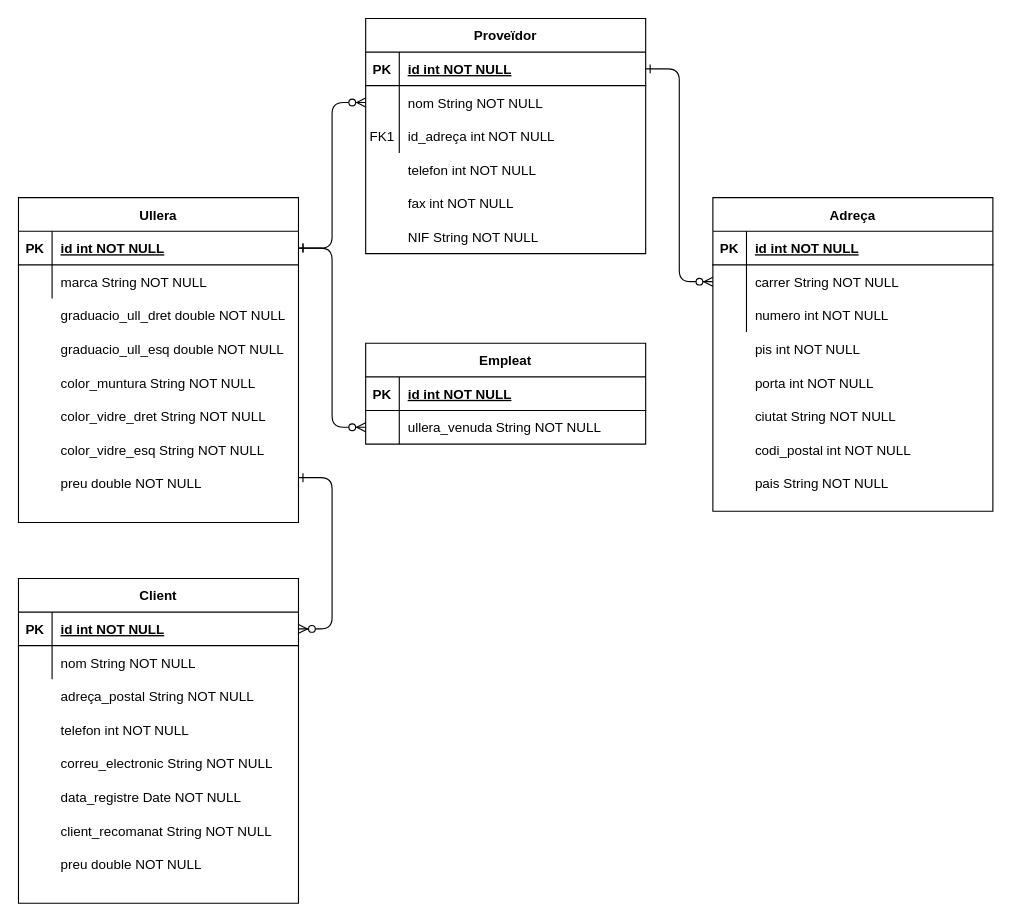
The draw.io diagram optica.drawio in RaulRuiz1997/it-academy-Sprint02-T03, before the edit. Source tidied: cells renumbered, new cells numbered last; positions are measured from the earlier drawing's top-left corner, leaving out a move shared by most shapes. Both pictures are drawn from the tidied source at 112%, with x=0, y=0 at pixel (18, 18).
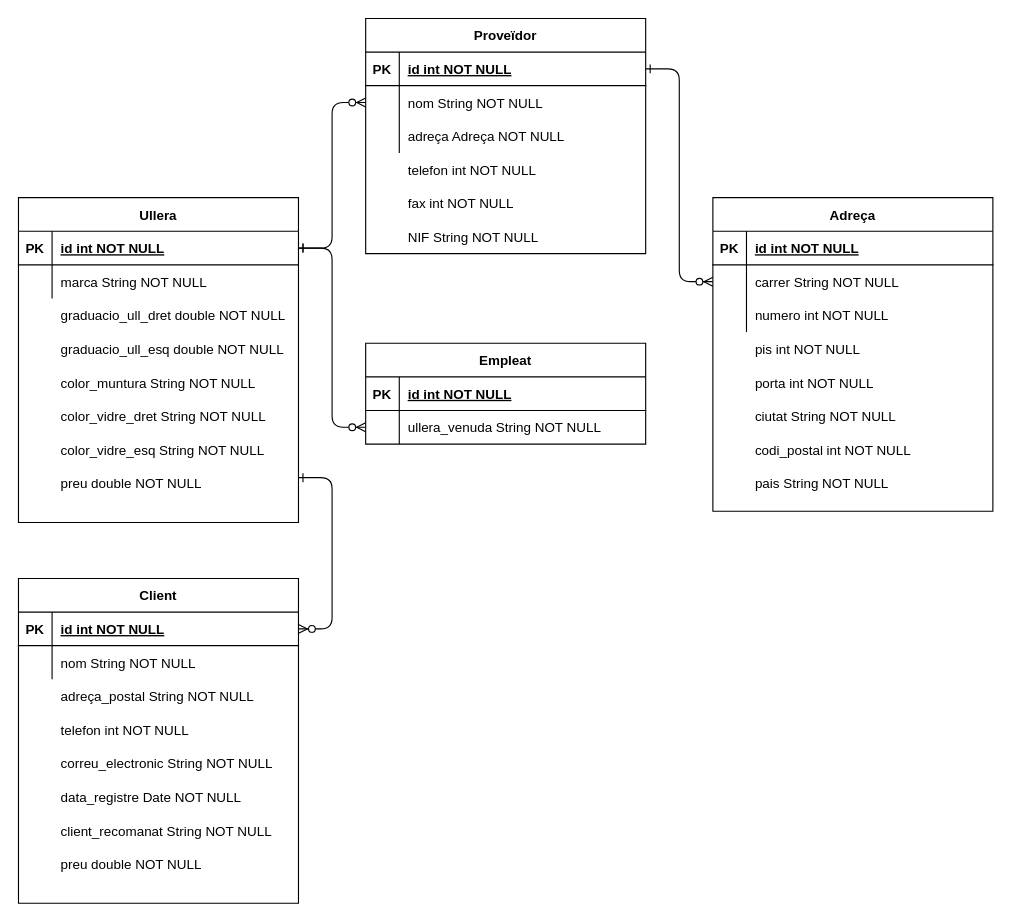
The same diagram, later.

The change refers to these unchanged cells:
```xml
<mxCell id="11" style="shape=partialRectangle;fillColor=none;top=0;left=0;right=0;bottom=0;" parent="4" vertex="1">
  <mxGeometry y="90" width="250" height="30" as="geometry" />
</mxCell>
```

Change to the diagram source:
```diff
@@
-    <mxCell id="12" value="FK1" style="shape=partialRectangle;overflow=hidden;fillColor=none;top=0;left=0;bottom=0;right=0;" parent="11" vertex="1">
+    <mxCell id="12" style="shape=partialRectangle;overflow=hidden;fillColor=none;top=0;left=0;bottom=0;right=0;" parent="11" vertex="1">
       <mxGeometry width="30" height="30" as="geometry" />
     </mxCell>
-    <mxCell id="13" value="id_adreça int NOT NULL" style="shape=partialRectangle;overflow=hidden;fillColor=none;top=0;left=0;bottom=0;right=0;align=left;spacingLeft=6;" parent="11" vertex="1">
+    <mxCell id="13" value="adreça Adreça NOT NULL" style="shape=partialRectangle;overflow=hidden;fillColor=none;top=0;left=0;bottom=0;right=0;align=left;spacingLeft=6;" parent="11" vertex="1">
       <mxGeometry x="30" width="220" height="30" as="geometry" />
     </mxCell>
```
